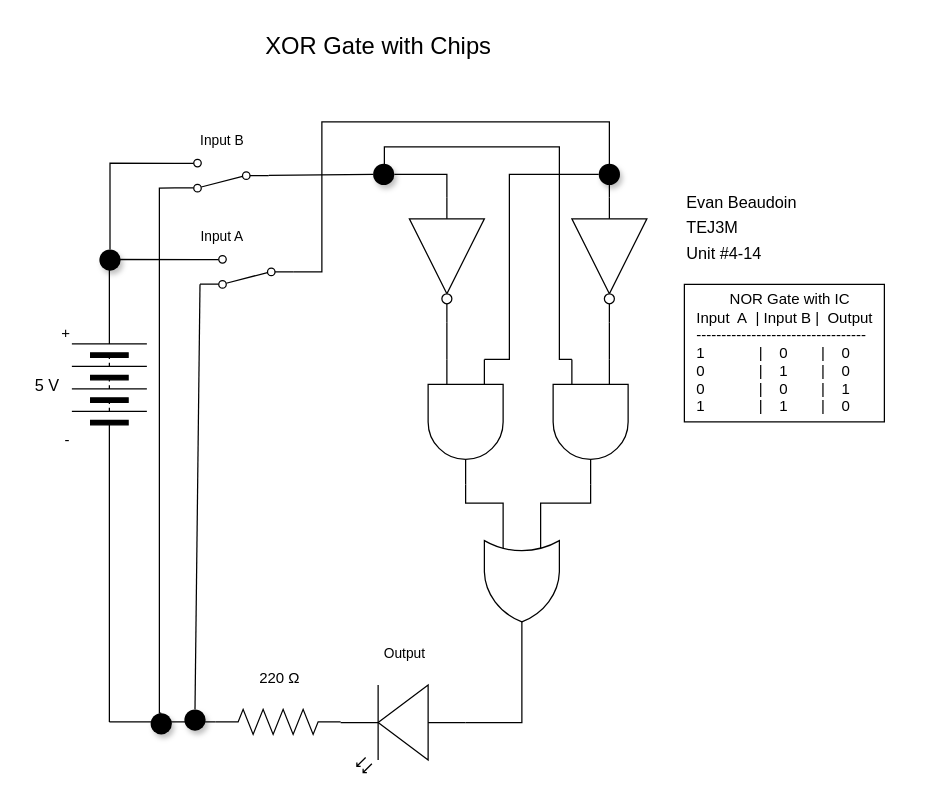
Before: Unit4-15/XOR_Gate_with_chips.drawio in evan-beaudoin99/TEJ3M-Unit4, a draw.io diagram. Source tidied: cells renumbered, new cells numbered last; positions are measured from the earlier drawing's top-left corner, leaving out a move shared by most shapes. Both pictures are drawn from the tidied source at 125%, with x=0, y=0 at pixel (21, 21).
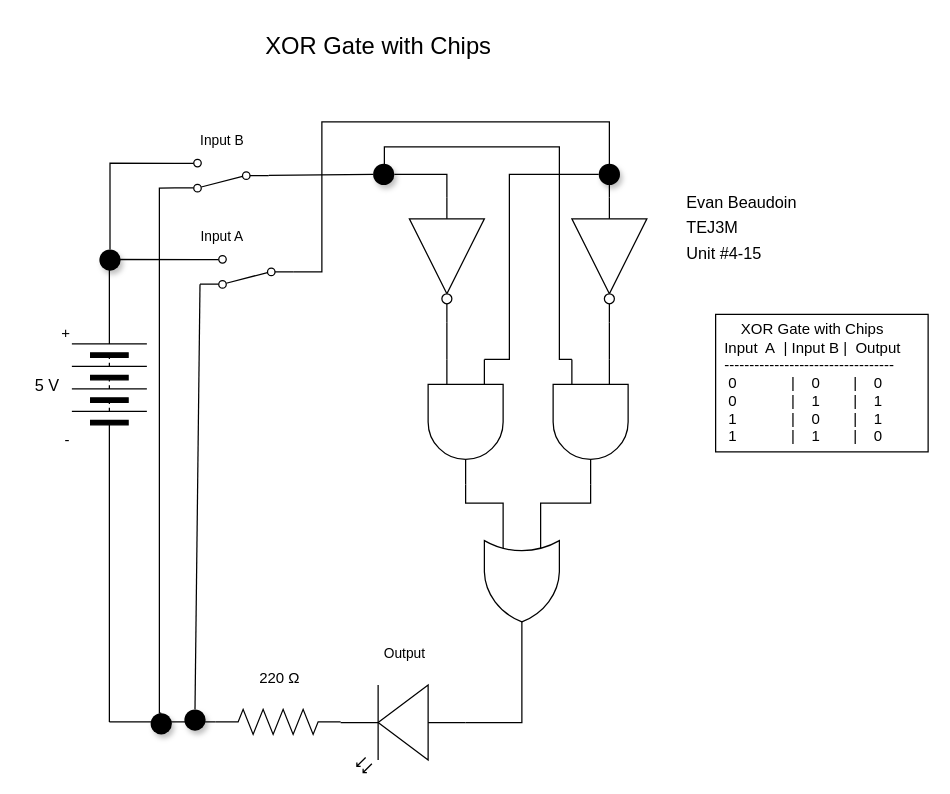
Above is the later version.

Change to the diagram source:
```diff
@@
-    <mxCell id="10" value="&lt;font style=&quot;font-size: 13px;&quot;&gt;Evan Beaudoin&lt;br style=&quot;&quot;&gt;TEJ3M&lt;br&gt;Unit #4-14&lt;/font&gt;" style="text;html=1;align=left;verticalAlign=middle;strokeColor=none;fillColor=none;fontSize=17;fontFamily=Helvetica;fontColor=default;" parent="1" vertex="1">
+    <mxCell id="10" value="&lt;font style=&quot;font-size: 13px;&quot;&gt;Evan Beaudoin&lt;br style=&quot;&quot;&gt;TEJ3M&lt;br&gt;Unit #4-15&lt;/font&gt;" style="text;html=1;align=left;verticalAlign=middle;strokeColor=none;fillColor=none;fontSize=17;fontFamily=Helvetica;fontColor=default;" parent="1" vertex="1">
       <mxGeometry x="530" y="129" width="110" height="70" as="geometry" />
     </mxCell>
@@
-    <mxCell id="14" value="&lt;div style=&quot;text-align: left;&quot;&gt;&lt;span style=&quot;background-color: initial;&quot;&gt;&amp;nbsp; &amp;nbsp; &amp;nbsp; &amp;nbsp; NOR Gate with IC&lt;/span&gt;&lt;/div&gt;&lt;div style=&quot;text-align: left;&quot;&gt;&lt;span style=&quot;background-color: initial;&quot;&gt;Input&amp;nbsp; A&amp;nbsp; | Input B |&amp;nbsp; Output&lt;/span&gt;&lt;/div&gt;&lt;div style=&quot;text-align: left;&quot;&gt;&lt;span style=&quot;background-color: initial;&quot;&gt;----------------------------------&lt;/span&gt;&lt;/div&gt;&lt;div style=&quot;text-align: left;&quot;&gt;&lt;span style=&quot;background-color: initial;&quot;&gt;1&amp;nbsp; &amp;nbsp; &amp;nbsp; &amp;nbsp; &amp;nbsp; &amp;nbsp; &amp;nbsp;|&amp;nbsp; &amp;nbsp; 0&amp;nbsp; &amp;nbsp; &amp;nbsp; &amp;nbsp; |&amp;nbsp; &amp;nbsp; 0&lt;/span&gt;&lt;/div&gt;&lt;div style=&quot;text-align: left;&quot;&gt;&lt;span style=&quot;background-color: initial;&quot;&gt;0&amp;nbsp; &amp;nbsp; &amp;nbsp; &amp;nbsp; &amp;nbsp; &amp;nbsp; &amp;nbsp;|&amp;nbsp; &amp;nbsp; 1&amp;nbsp; &amp;nbsp; &amp;nbsp; &amp;nbsp; |&amp;nbsp; &amp;nbsp; 0&lt;/span&gt;&lt;/div&gt;&lt;div style=&quot;text-align: left;&quot;&gt;&lt;span style=&quot;background-color: initial;&quot;&gt;0&amp;nbsp; &amp;nbsp; &amp;nbsp; &amp;nbsp; &amp;nbsp; &amp;nbsp; &amp;nbsp;|&amp;nbsp; &amp;nbsp; 0&amp;nbsp; &amp;nbsp; &amp;nbsp; &amp;nbsp; |&amp;nbsp; &amp;nbsp; 1&lt;/span&gt;&lt;/div&gt;&lt;div style=&quot;text-align: left;&quot;&gt;&lt;span style=&quot;background-color: initial;&quot;&gt;1&amp;nbsp; &amp;nbsp; &amp;nbsp; &amp;nbsp; &amp;nbsp; &amp;nbsp; &amp;nbsp;|&amp;nbsp; &amp;nbsp; 1&amp;nbsp; &amp;nbsp; &amp;nbsp; &amp;nbsp; |&amp;nbsp; &amp;nbsp; 0&lt;/span&gt;&lt;/div&gt;" style="text;html=1;align=center;verticalAlign=middle;strokeColor=default;fillColor=none;" parent="1" vertex="1">
-      <mxGeometry x="530" y="210" width="160" height="110" as="geometry" />
+    <mxCell id="14" value="&lt;div style=&quot;text-align: left;&quot;&gt;&lt;span style=&quot;background-color: initial;&quot;&gt;&amp;nbsp; &amp;nbsp; XOR Gate with Chips&lt;/span&gt;&lt;/div&gt;&lt;div style=&quot;text-align: left;&quot;&gt;&lt;span style=&quot;background-color: initial;&quot;&gt;Input&amp;nbsp; A&amp;nbsp; | Input B |&amp;nbsp; Output&amp;nbsp;&lt;/span&gt;&lt;/div&gt;&lt;div style=&quot;text-align: left;&quot;&gt;&lt;span style=&quot;background-color: initial;&quot;&gt;----------------------------------&lt;/span&gt;&lt;/div&gt;&lt;div style=&quot;text-align: left;&quot;&gt;&lt;span style=&quot;background-color: initial;&quot;&gt;&amp;nbsp;0&amp;nbsp; &amp;nbsp; &amp;nbsp; &amp;nbsp; &amp;nbsp; &amp;nbsp; &amp;nbsp;|&amp;nbsp; &amp;nbsp; 0&amp;nbsp; &amp;nbsp; &amp;nbsp; &amp;nbsp; |&amp;nbsp; &amp;nbsp; 0&amp;nbsp; &amp;nbsp; &amp;nbsp; &amp;nbsp; &amp;nbsp;&lt;/span&gt;&lt;/div&gt;&lt;div style=&quot;text-align: left;&quot;&gt;&lt;span style=&quot;background-color: initial;&quot;&gt;&amp;nbsp;0&amp;nbsp; &amp;nbsp; &amp;nbsp; &amp;nbsp; &amp;nbsp; &amp;nbsp; &amp;nbsp;|&amp;nbsp; &amp;nbsp; 1&amp;nbsp; &amp;nbsp; &amp;nbsp; &amp;nbsp; |&amp;nbsp; &amp;nbsp; 1&amp;nbsp; &amp;nbsp; &amp;nbsp; &amp;nbsp; &amp;nbsp;&lt;/span&gt;&lt;/div&gt;&lt;div style=&quot;text-align: left;&quot;&gt;&lt;span style=&quot;background-color: initial;&quot;&gt;&amp;nbsp;1&amp;nbsp; &amp;nbsp; &amp;nbsp; &amp;nbsp; &amp;nbsp; &amp;nbsp; &amp;nbsp;|&amp;nbsp; &amp;nbsp; 0&amp;nbsp; &amp;nbsp; &amp;nbsp; &amp;nbsp; |&amp;nbsp; &amp;nbsp; 1&amp;nbsp;&amp;nbsp;&lt;/span&gt;&lt;/div&gt;&lt;div style=&quot;text-align: left;&quot;&gt;&lt;span style=&quot;background-color: initial;&quot;&gt;&amp;nbsp;1&amp;nbsp; &amp;nbsp; &amp;nbsp; &amp;nbsp; &amp;nbsp; &amp;nbsp; &amp;nbsp;|&amp;nbsp; &amp;nbsp; 1&amp;nbsp; &amp;nbsp; &amp;nbsp; &amp;nbsp; |&amp;nbsp; &amp;nbsp; 0&amp;nbsp; &amp;nbsp;&lt;/span&gt;&lt;/div&gt;" style="text;html=1;align=center;verticalAlign=middle;strokeColor=default;fillColor=none;" parent="1" vertex="1">
+      <mxGeometry x="555" y="234" width="170" height="110" as="geometry" />
     </mxCell>
```
